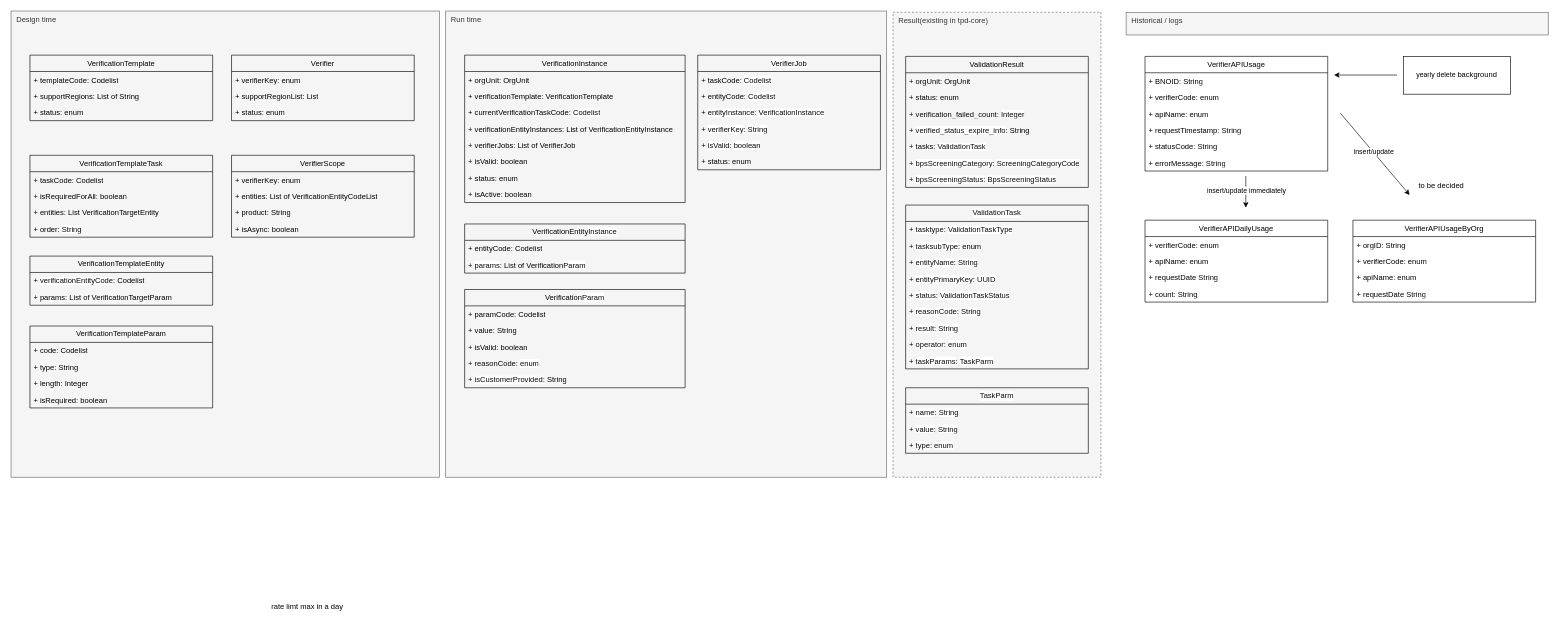
This is page "Modeling" (3 of 9) of verification_framework.drawio from huangshijie/Drawio, a draw.io file, before an edit. Source tidied: cells renumbered, new cells numbered last; positions are measured from the earlier drawing's top-left corner, leaving out a move shared by most shapes. Both pictures are drawn from the tidied source at 63%, with x=0, y=0 at pixel (11, 11).
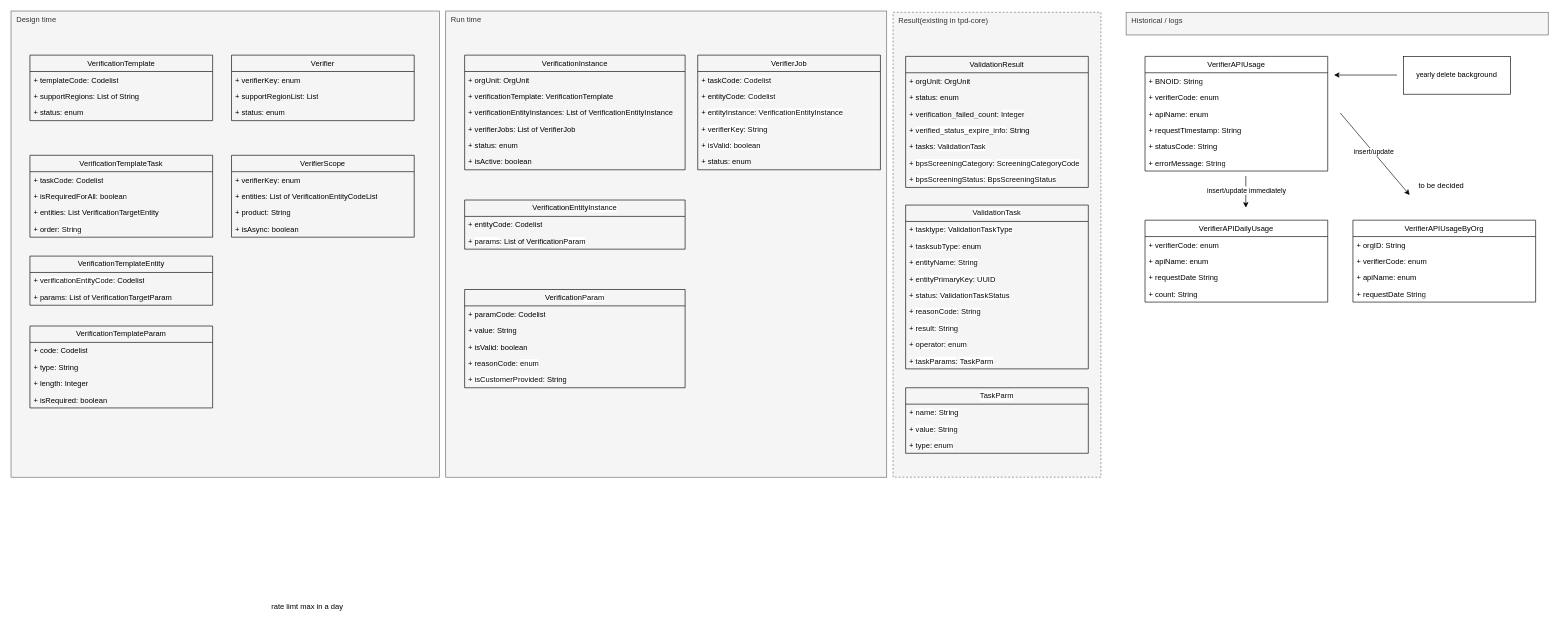
After the change.

Unchanged cells that the change refers to:
```xml
<mxCell id="15" value="&lt;div style=&quot;background-color: rgb(255, 255, 255); color: rgb(8, 8, 8); font-size: 12px;&quot;&gt;&lt;div style=&quot;font-size: 12px;&quot;&gt;&lt;span style=&quot;color: rgb(0, 0, 0); text-align: left; background-color: rgb(251, 251, 251);&quot;&gt;VerifierJob&lt;/span&gt;&lt;br&gt;&lt;/div&gt;&lt;/div&gt;" style="swimlane;fontStyle=0;horizontal=1;startSize=26;fillColor=none;whiteSpace=wrap;html=1;fontFamily=Helvetica;fontSize=12;" parent="1" vertex="1">
  <mxGeometry x="1090" y="70" width="290" height="182" as="geometry" />
</mxCell>
```

The edit, as a diff of the source:
```diff
@@
     <mxCell id="5" value="VerificationInstance" style="swimlane;fontStyle=0;horizontal=1;startSize=26;fillColor=none;whiteSpace=wrap;html=1;fontFamily=Helvetica;fontSize=12;" parent="1" vertex="1">
-      <mxGeometry x="720" y="70" width="350" height="234" as="geometry" />
+      <mxGeometry x="720" y="70" width="350" height="182" as="geometry" />
     </mxCell>
@@
-    <mxCell id="8" value="+ currentVerificationTaskCode:&amp;nbsp;&lt;span style=&quot;color: rgb(8, 8, 8); background-color: rgb(255, 255, 255);&quot;&gt;Codelist&lt;/span&gt;" style="text;strokeColor=none;fillColor=none;align=left;verticalAlign=top;spacingLeft=4;spacingRight=4;overflow=hidden;whiteSpace=wrap;html=1;" parent="5" vertex="1">
-      <mxGeometry y="78" width="350" height="26" as="geometry" />
-    </mxCell>
     <mxCell id="9" value="+ verificationEntityInstances: List of VerificationEntityInstance" style="text;strokeColor=none;fillColor=none;align=left;verticalAlign=top;spacingLeft=4;spacingRight=4;overflow=hidden;whiteSpace=wrap;html=1;" parent="5" vertex="1">
-      <mxGeometry y="104" width="350" height="26" as="geometry" />
+      <mxGeometry y="78" width="350" height="26" as="geometry" />
     </mxCell>
     <mxCell id="10" value="+ verifierJobs: List of VerifierJob" style="text;strokeColor=none;fillColor=none;align=left;verticalAlign=top;spacingLeft=4;spacingRight=4;overflow=hidden;whiteSpace=wrap;html=1;" parent="5" vertex="1">
-      <mxGeometry y="130" width="350" height="26" as="geometry" />
+      <mxGeometry y="104" width="350" height="26" as="geometry" />
     </mxCell>
-    <mxCell id="11" value="&lt;div style=&quot;text-align: center;&quot;&gt;&lt;span style=&quot;background-color: initial;&quot;&gt;+ isValid: boolean&lt;/span&gt;&lt;/div&gt;" style="text;strokeColor=none;fillColor=none;align=left;verticalAlign=top;spacingLeft=4;spacingRight=4;overflow=hidden;whiteSpace=wrap;html=1;fontFamily=Helvetica;fontSize=12;" parent="5" vertex="1">
-      <mxGeometry y="156" width="350" height="26" as="geometry" />
-    </mxCell>
     <mxCell id="12" value="+ status: enum" style="text;strokeColor=none;fillColor=none;align=left;verticalAlign=top;spacingLeft=4;spacingRight=4;overflow=hidden;whiteSpace=wrap;html=1;fontFamily=Helvetica;fontSize=12;" parent="5" vertex="1">
-      <mxGeometry y="182" width="350" height="26" as="geometry" />
+      <mxGeometry y="130" width="350" height="26" as="geometry" />
     </mxCell>
     <mxCell id="13" value="+ isActive: boolean" style="text;strokeColor=none;fillColor=none;align=left;verticalAlign=top;spacingLeft=4;spacingRight=4;overflow=hidden;whiteSpace=wrap;html=1;" parent="5" vertex="1">
-      <mxGeometry y="208" width="350" height="26" as="geometry" />
+      <mxGeometry y="156" width="350" height="26" as="geometry" />
     </mxCell>
@@
-    <mxCell id="18" value="+&amp;nbsp;&lt;span style=&quot;font-size: 12px; background-color: rgb(255, 255, 255); color: rgb(8, 8, 8);&quot;&gt;entityInstance&lt;/span&gt;&lt;span style=&quot;background-color: initial; font-size: 12px;&quot;&gt;:&amp;nbsp;&lt;/span&gt;&lt;span style=&quot;font-size: 12px; background-color: rgb(255, 255, 255); color: rgb(8, 8, 8);&quot;&gt;VerificationInstance&lt;/span&gt;" style="text;strokeColor=none;fillColor=none;align=left;verticalAlign=top;spacingLeft=4;spacingRight=4;overflow=hidden;whiteSpace=wrap;html=1;fontFamily=Helvetica;fontSize=12;" parent="15" vertex="1">
+    <mxCell id="18" value="+&amp;nbsp;&lt;span style=&quot;font-size: 12px; background-color: rgb(255, 255, 255); color: rgb(8, 8, 8);&quot;&gt;entityInstance&lt;/span&gt;&lt;span style=&quot;background-color: initial; font-size: 12px;&quot;&gt;:&amp;nbsp;&lt;/span&gt;&lt;span style=&quot;font-size: 12px; background-color: rgb(255, 255, 255); color: rgb(8, 8, 8);&quot;&gt;VerificationEntityInstance&lt;/span&gt;" style="text;strokeColor=none;fillColor=none;align=left;verticalAlign=top;spacingLeft=4;spacingRight=4;overflow=hidden;whiteSpace=wrap;html=1;fontFamily=Helvetica;fontSize=12;" parent="15" vertex="1">
       <mxGeometry y="78" width="290" height="26" as="geometry" />
     </mxCell>
@@
     <mxCell id="103" value="&lt;span style=&quot;text-align: left; background-color: initial;&quot;&gt;VerificationEntity&lt;/span&gt;&lt;span style=&quot;text-align: left; background-color: rgb(255, 255, 255);&quot;&gt;&lt;font color=&quot;#080808&quot;&gt;Instance&lt;/font&gt;&lt;/span&gt;" style="swimlane;fontStyle=0;horizontal=1;startSize=26;fillColor=none;whiteSpace=wrap;html=1;fontFamily=Helvetica;fontSize=12;" parent="1" vertex="1">
-      <mxGeometry x="720" y="338" width="350" height="78" as="geometry" />
+      <mxGeometry x="720" y="300" width="350" height="78" as="geometry" />
     </mxCell>
```
